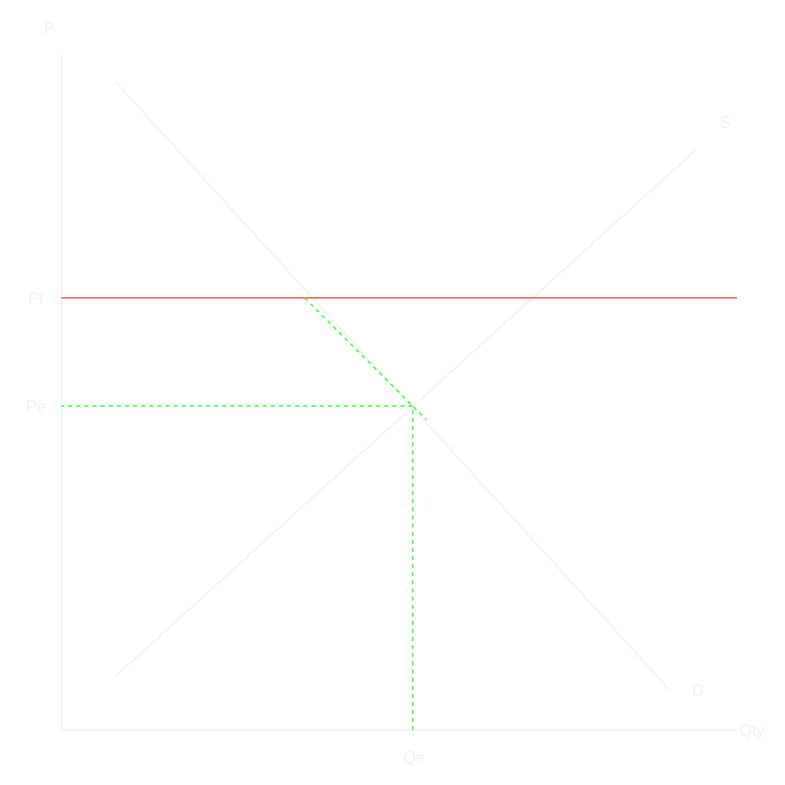
Above: content/notes/AEECO - Market Efficiency Diagrams.svg in tvdk-sudoku/Year11Notes (draw.io), before the change. Source tidied: cells renumbered, new cells last; positions are measured from the earlier drawing's top-left corner, leaving out a move shared by most shapes. The source it was exported from:
```xml
<mxGraphModel>
  <root>
    <mxCell id="0" />
    <mxCell id="1" parent="0" />
    <mxCell id="2" style="endArrow=none;html=1;" parent="1" edge="1">
      <mxGeometry relative="1" as="geometry">
        <mxPoint x="35" y="530" as="sourcePoint" />
        <mxPoint x="35" y="30" as="targetPoint" />
      </mxGeometry>
    </mxCell>
    <mxCell id="3" style="endArrow=none;html=1;" parent="1" edge="1">
      <mxGeometry relative="1" as="geometry">
        <mxPoint x="35" y="530" as="sourcePoint" />
        <mxPoint x="535" y="530" as="targetPoint" />
      </mxGeometry>
    </mxCell>
    <mxCell id="4" style="endArrow=none;html=1;" parent="1" edge="1">
      <mxGeometry relative="1" as="geometry">
        <mxPoint x="75" y="490" as="sourcePoint" />
        <mxPoint x="505" y="100" as="targetPoint" />
      </mxGeometry>
    </mxCell>
    <mxCell id="5" style="endArrow=none;html=1;" parent="1" edge="1">
      <mxGeometry relative="1" as="geometry">
        <mxPoint x="75" y="50" as="sourcePoint" />
        <mxPoint x="485" y="500" as="targetPoint" />
      </mxGeometry>
    </mxCell>
    <mxCell id="6" value="D" style="text;html=1;align=center;verticalAlign=middle;strokeColor=none;" parent="1" vertex="1">
      <mxGeometry x="495" y="490" width="20" height="20" as="geometry" />
    </mxCell>
    <mxCell id="7" value="S" style="text;html=1;align=center;verticalAlign=middle;strokeColor=none;" parent="1" vertex="1">
      <mxGeometry x="515" y="70" width="20" height="20" as="geometry" />
    </mxCell>
    <mxCell id="8" style="endArrow=none;html=1;fillColor=#FF3333;strokeColor=#FF3333;" parent="1" edge="1">
      <mxGeometry relative="1" as="geometry">
        <mxPoint x="35" y="210" as="sourcePoint" />
        <mxPoint x="535" y="210" as="targetPoint" />
      </mxGeometry>
    </mxCell>
    <mxCell id="9" value="Pf" style="text;html=1;align=center;verticalAlign=middle;strokeColor=none;" parent="1" vertex="1">
      <mxGeometry y="200" width="30" height="20" as="geometry" />
    </mxCell>
    <mxCell id="10" style="endArrow=none;dashed=1;html=1;strokeColor=#33FF33;" parent="1" edge="1">
      <mxGeometry relative="1" as="geometry">
        <mxPoint x="295" y="290" as="sourcePoint" />
        <mxPoint x="35" y="290" as="targetPoint" />
      </mxGeometry>
    </mxCell>
    <mxCell id="11" style="endArrow=none;dashed=1;html=1;strokeColor=#33FF33;" parent="1" edge="1">
      <mxGeometry relative="1" as="geometry">
        <mxPoint x="295" y="530" as="sourcePoint" />
        <mxPoint x="295" y="290" as="targetPoint" />
      </mxGeometry>
    </mxCell>
    <mxCell id="12" value="Qe" style="text;html=1;align=center;verticalAlign=middle;strokeColor=none;" parent="1" vertex="1">
      <mxGeometry x="280" y="540" width="30" height="20" as="geometry" />
    </mxCell>
    <mxCell id="13" value="Qty" style="text;html=1;align=center;verticalAlign=middle;strokeColor=none;" parent="1" vertex="1">
      <mxGeometry x="530" y="520" width="30" height="20" as="geometry" />
    </mxCell>
    <mxCell id="14" value="P" style="text;html=1;align=center;verticalAlign=middle;strokeColor=none;" parent="1" vertex="1">
      <mxGeometry x="15" width="20" height="20" as="geometry" />
    </mxCell>
    <mxCell id="15" value="Pe" style="text;html=1;align=center;verticalAlign=middle;strokeColor=none;" parent="1" vertex="1">
      <mxGeometry y="280" width="30" height="20" as="geometry" />
    </mxCell>
    <mxCell id="16" style="endArrow=none;dashed=1;html=1;strokeColor=#33FF33;" parent="1" edge="1">
      <mxGeometry relative="1" as="geometry">
        <mxPoint x="215" y="210" as="sourcePoint" />
        <mxPoint x="305" y="300" as="targetPoint" />
      </mxGeometry>
    </mxCell>
  </root>
</mxGraphModel>
```
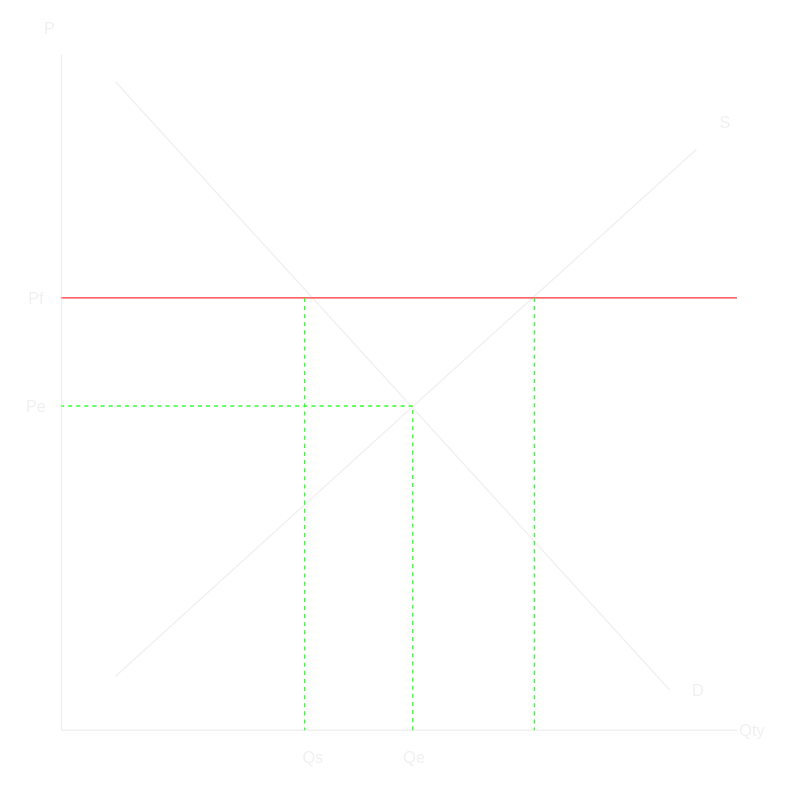
The same diagram one commit later.

Commit message:
vault backup: 2023-03-21 14:58:48

What changed in the source:
```diff
@@ -68,8 +68,17 @@
     <mxCell id="16" style="endArrow=none;dashed=1;html=1;strokeColor=#33FF33;" parent="1" edge="1">
       <mxGeometry relative="1" as="geometry">
         <mxPoint x="215" y="210" as="sourcePoint" />
-        <mxPoint x="305" y="300" as="targetPoint" />
+        <mxPoint x="215" y="530" as="targetPoint" />
       </mxGeometry>
     </mxCell>
+    <mxCell id="17" style="endArrow=none;dashed=1;html=1;strokeColor=#33FF33;" parent="1" edge="1">
+      <mxGeometry relative="1" as="geometry">
+        <mxPoint x="385" y="210" as="sourcePoint" />
+        <mxPoint x="385" y="530" as="targetPoint" />
+      </mxGeometry>
+    </mxCell>
+    <mxCell id="18" value="Qs" style="text;html=1;align=center;verticalAlign=middle;strokeColor=none;" parent="1" vertex="1">
+      <mxGeometry x="205" y="540" width="30" height="20" as="geometry" />
+    </mxCell>
   </root>
 </mxGraphModel>
```
